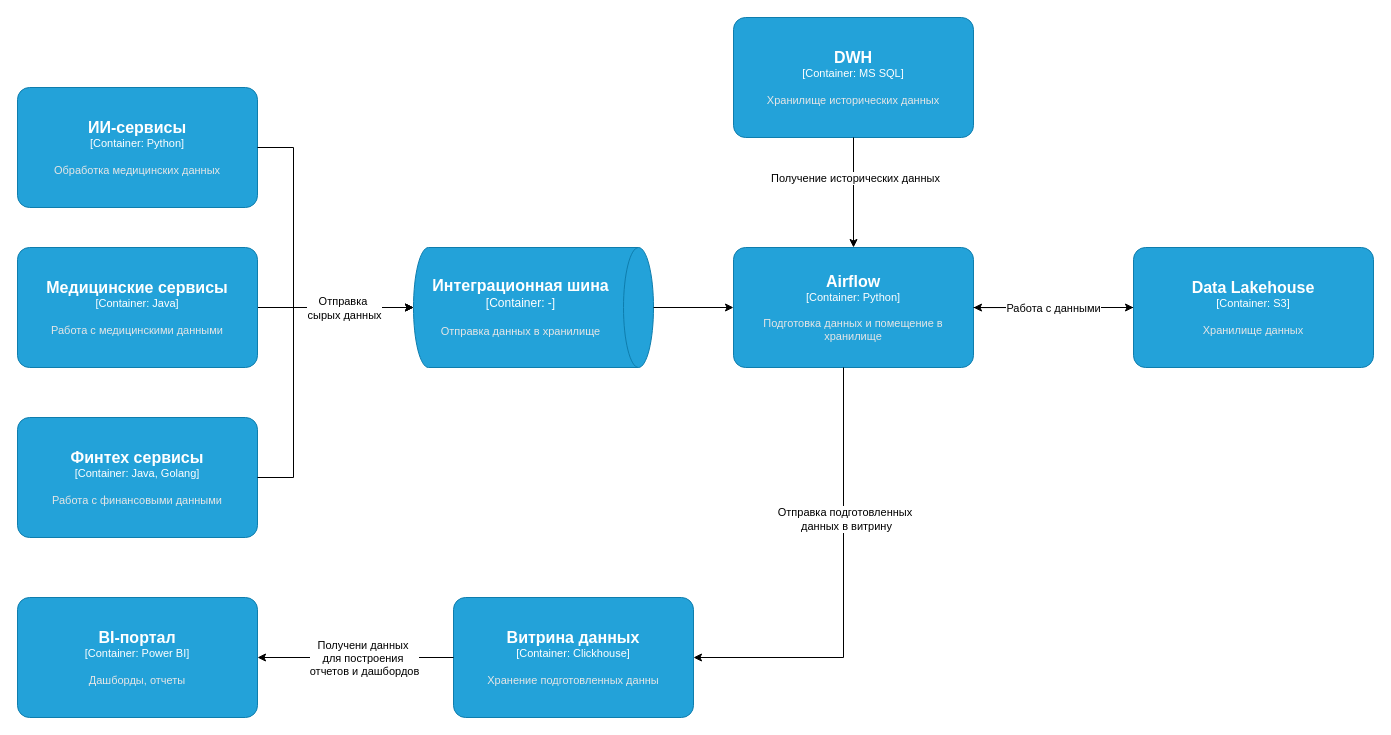
dennisshulgin/architecture-future_2_0 keeps this draw.io diagram as Task1/container_diagram.drawio. Above is the earlier version. Source tidied: cells renumbered, new cells numbered last; positions are measured from the earlier drawing's top-left corner, leaving out a move shared by most shapes. Both pictures are drawn from the tidied source at 100%, with x=0, y=0 at pixel (17, 17).
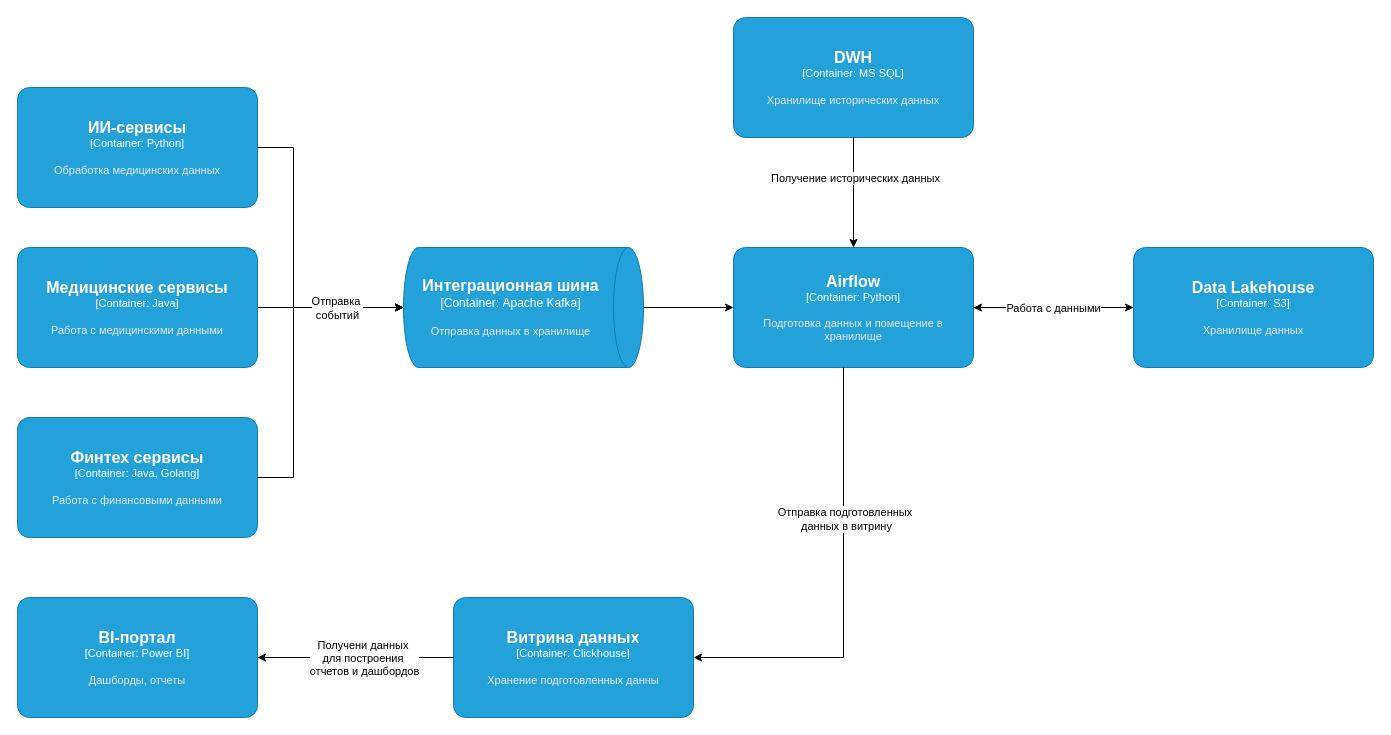
Above is the later version.

The change refers to these unchanged cells:
```xml
<mxCell id="12" style="edgeStyle=orthogonalEdgeStyle;rounded=0;jettySize=auto;html=1;entryX=0.5;entryY=1;entryDx=0;entryDy=0;entryPerimeter=0;" parent="1" edge="1" source="3" target="10">
  <mxGeometry relative="1" as="geometry">
    <Array as="points">
      <mxPoint x="276" y="460" />
      <mxPoint x="276" y="290" />
    </Array>
  </mxGeometry>
</mxCell>
```

The edit, as a diff of the source:
```diff
@@
-    <object id="10" label="&lt;font style=&quot;font-size: 16px&quot;&gt;&lt;b&gt;%c4Name%&lt;/b&gt;&lt;/font&gt;&lt;div&gt;[%c4Type%:&amp;nbsp;%c4Technology%]&lt;/div&gt;&lt;br&gt;&lt;div&gt;&lt;font style=&quot;font-size: 11px&quot;&gt;&lt;font color=&quot;#E6E6E6&quot;&gt;%c4Description%&lt;/font&gt;&lt;/div&gt;" c4Description="Отправка данных в хранилище" c4Name="Интеграционная шина" c4Technology="-" c4Type="Container" placeholders="1">
+    <object id="10" label="&lt;font style=&quot;font-size: 16px&quot;&gt;&lt;b&gt;%c4Name%&lt;/b&gt;&lt;/font&gt;&lt;div&gt;[%c4Type%:&amp;nbsp;%c4Technology%]&lt;/div&gt;&lt;br&gt;&lt;div&gt;&lt;font style=&quot;font-size: 11px&quot;&gt;&lt;font color=&quot;#E6E6E6&quot;&gt;%c4Description%&lt;/font&gt;&lt;/div&gt;" c4Description="Отправка данных в хранилище" c4Name="Интеграционная шина" c4Technology="Apache Kafka" c4Type="Container" placeholders="1">
       <mxCell style="shape=cylinder3;size=15;direction=south;whiteSpace=wrap;html=1;boundedLbl=1;rounded=0;labelBackgroundColor=none;fillColor=#23A2D9;fontSize=12;fontColor=#ffffff;align=center;strokeColor=#0E7DAD;points=[[0.5,0,0],[1,0.25,0],[1,0.5,0],[1,0.75,0],[0.5,1,0],[0,0.75,0],[0,0.5,0],[0,0.25,0]];" parent="1" vertex="1">
-        <mxGeometry x="396" y="230" width="240" height="120" as="geometry" />
+        <mxGeometry x="386" y="230" width="240" height="120" as="geometry" />
       </mxCell>
     </object>
@@
-    <mxCell id="13" value="Отправка&amp;nbsp;&lt;div&gt;сырых данных&lt;/div&gt;" style="edgeLabel;html=1;align=center;verticalAlign=middle;" parent="12" vertex="1">
+    <mxCell id="13" value="Отправка&amp;nbsp;&lt;div&gt;событий&lt;/div&gt;" style="edgeLabel;html=1;align=center;verticalAlign=middle;" parent="12" vertex="1">
       <mxGeometry x="0.44" y="2" relative="1" as="geometry">
         <mxPoint x="21" y="2" as="offset" />
       </mxGeometry>
     </mxCell>
```
